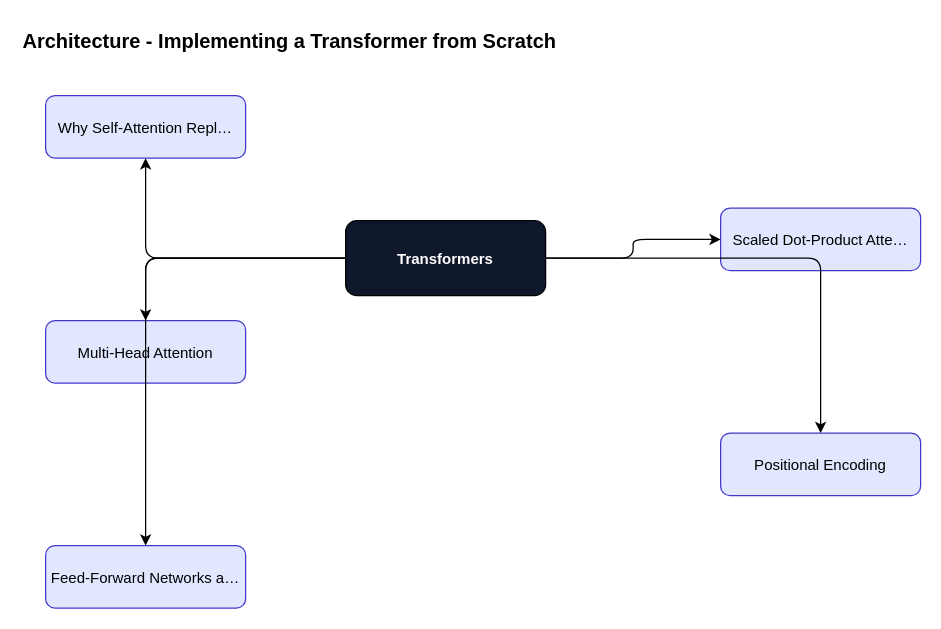
Above: content/transformers/transformers-foundations/diagrams/fig-016-architecture.drawio in ankit05121980/AI-University (draw.io), before the change. Source tidied: cells renumbered, new cells numbered last; positions are measured from the earlier drawing's top-left corner, leaving out a move shared by most shapes. Both pictures are drawn from the tidied source at 125%, with x=0, y=0 at pixel (20, 20).
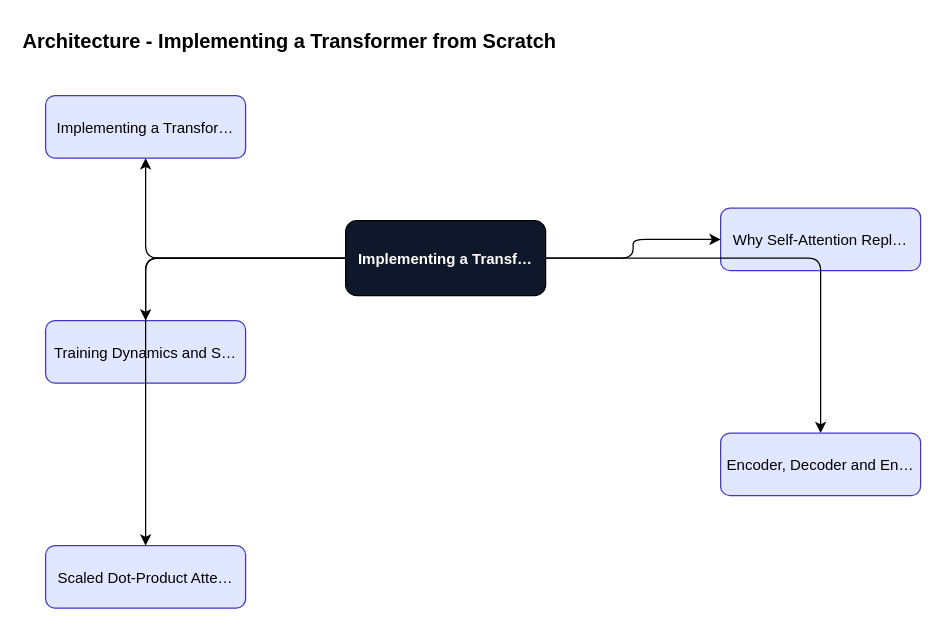
The same page after the edit.

What changed in the source:
```diff
@@
 <mxGraphModel>
   <root>
     <mxCell id="0" />
     <mxCell id="1" parent="0" />
     <mxCell id="2" value="Architecture - Implementing a Transformer from Scratch" style="text;fontSize=16;fontStyle=1;" parent="1" vertex="1">
       <mxGeometry width="600" height="30" as="geometry" />
     </mxCell>
-    <mxCell id="3" value="Transformers" style="rounded=1;fillColor=#0f172a;fontColor=#ffffff;fontStyle=1;" parent="1" vertex="1">
+    <mxCell id="3" value="Implementing a Transf…" style="rounded=1;fillColor=#0f172a;fontColor=#ffffff;fontStyle=1;" parent="1" vertex="1">
       <mxGeometry x="260" y="160" width="160" height="60" as="geometry" />
     </mxCell>
-    <mxCell id="4" value="Why Self-Attention Repl…" style="rounded=1;fillColor=#e0e7ff;strokeColor=#4338ca;" parent="1" vertex="1">
+    <mxCell id="4" value="Implementing a Transfor…" style="rounded=1;fillColor=#e0e7ff;strokeColor=#4338ca;" parent="1" vertex="1">
       <mxGeometry x="20" y="60" width="160" height="50" as="geometry" />
     </mxCell>
     <mxCell id="5" style="edgeStyle=orthogonalEdgeStyle;" parent="1" edge="1" source="3" target="4">
       <mxGeometry relative="1" as="geometry" />
     </mxCell>
-    <mxCell id="6" value="Scaled Dot-Product Atte…" style="rounded=1;fillColor=#e0e7ff;strokeColor=#4338ca;" parent="1" vertex="1">
+    <mxCell id="6" value="Why Self-Attention Repl…" style="rounded=1;fillColor=#e0e7ff;strokeColor=#4338ca;" parent="1" vertex="1">
       <mxGeometry x="560" y="150" width="160" height="50" as="geometry" />
     </mxCell>
     <mxCell id="7" style="edgeStyle=orthogonalEdgeStyle;" parent="1" edge="1" source="3" target="6">
       <mxGeometry relative="1" as="geometry" />
     </mxCell>
-    <mxCell id="8" value="Multi-Head Attention" style="rounded=1;fillColor=#e0e7ff;strokeColor=#4338ca;" parent="1" vertex="1">
+    <mxCell id="8" value="Training Dynamics and S…" style="rounded=1;fillColor=#e0e7ff;strokeColor=#4338ca;" parent="1" vertex="1">
       <mxGeometry x="20" y="240" width="160" height="50" as="geometry" />
     </mxCell>
     <mxCell id="9" style="edgeStyle=orthogonalEdgeStyle;" parent="1" edge="1" source="3" target="8">
       <mxGeometry relative="1" as="geometry" />
     </mxCell>
-    <mxCell id="10" value="Positional Encoding" style="rounded=1;fillColor=#e0e7ff;strokeColor=#4338ca;" parent="1" vertex="1">
+    <mxCell id="10" value="Encoder, Decoder and En…" style="rounded=1;fillColor=#e0e7ff;strokeColor=#4338ca;" parent="1" vertex="1">
       <mxGeometry x="560" y="330" width="160" height="50" as="geometry" />
     </mxCell>
     <mxCell id="11" style="edgeStyle=orthogonalEdgeStyle;" parent="1" edge="1" source="3" target="10">
       <mxGeometry relative="1" as="geometry" />
     </mxCell>
-    <mxCell id="12" value="Feed-Forward Networks a…" style="rounded=1;fillColor=#e0e7ff;strokeColor=#4338ca;" parent="1" vertex="1">
+    <mxCell id="12" value="Scaled Dot-Product Atte…" style="rounded=1;fillColor=#e0e7ff;strokeColor=#4338ca;" parent="1" vertex="1">
       <mxGeometry x="20" y="420" width="160" height="50" as="geometry" />
     </mxCell>
     <mxCell id="13" style="edgeStyle=orthogonalEdgeStyle;" parent="1" edge="1" source="3" target="12">
       <mxGeometry relative="1" as="geometry" />
     </mxCell>
   </root>
 </mxGraphModel>
```
